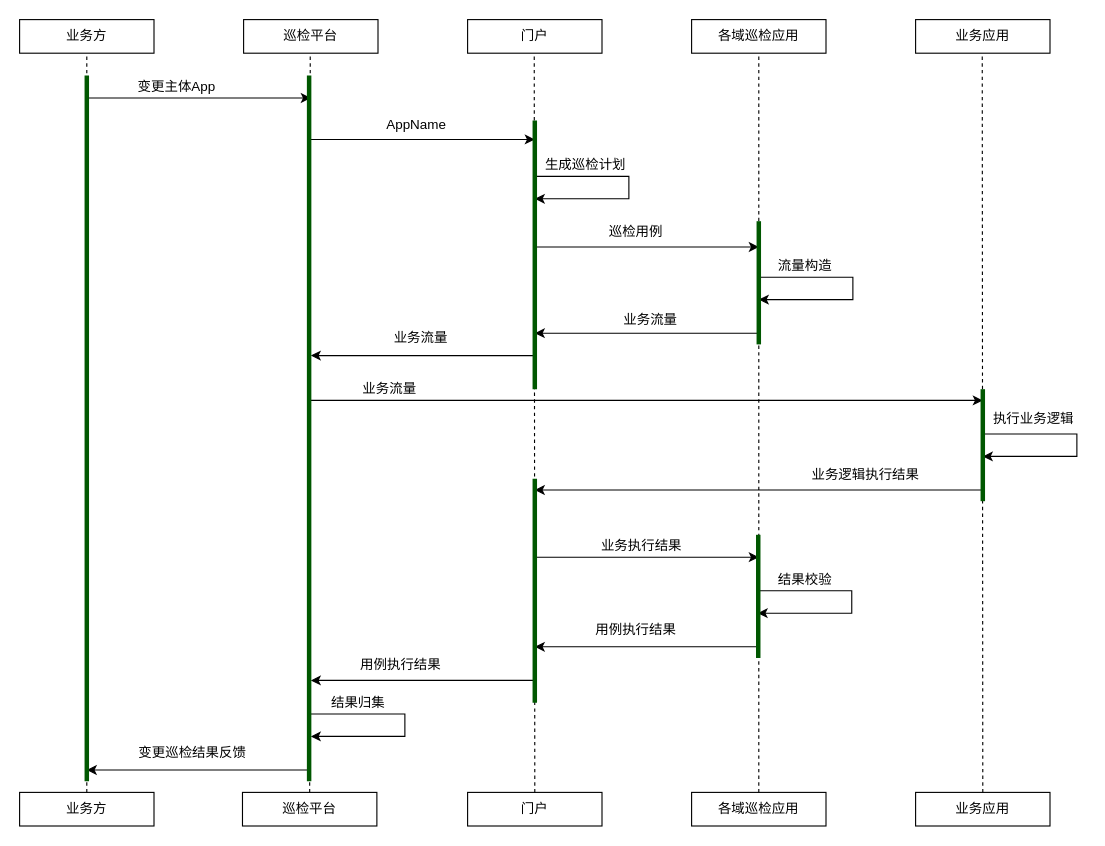
This is Untitled Diagram.drawio from Hello-Ysheng/pangoo, a draw.io file, before an edit. Source tidied: cells renumbered, new cells numbered last; positions are measured from the earlier drawing's top-left corner, leaving out a move shared by most shapes. Both pictures are drawn from the tidied source at 112%, with x=0, y=0 at pixel (19, 19).
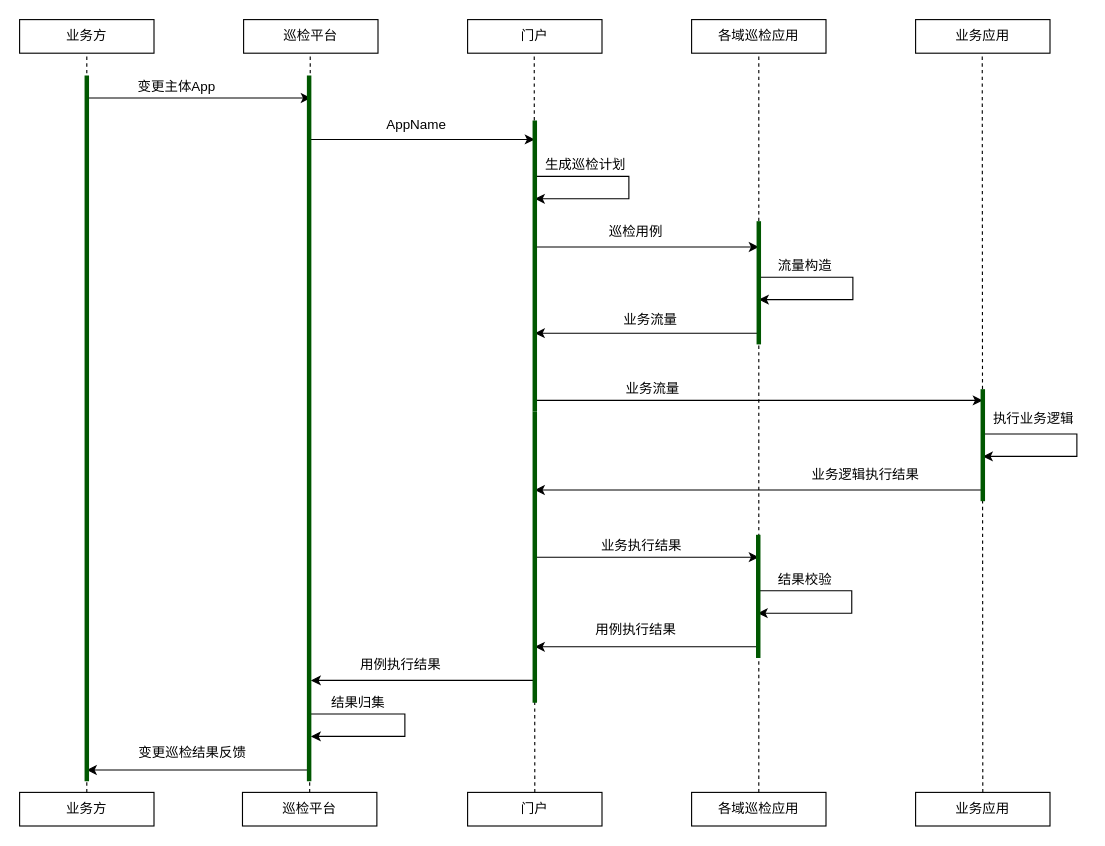
After the change.

The edit, as a diff of the source:
```diff
@@
-    <mxCell id="26" style="endArrow=classic;html=1;rounded=0;" parent="1" edge="1">
-      <mxGeometry relative="1" as="geometry">
-        <mxPoint x="460" y="300" as="sourcePoint" />
-        <mxPoint x="260" y="300" as="targetPoint" />
-      </mxGeometry>
-    </mxCell>
-    <mxCell id="27" value="业务流量" style="text;html=1;align=center;verticalAlign=middle;strokeColor=none;fillColor=none;" parent="1" vertex="1">
-      <mxGeometry x="328" y="274" width="60" height="20" as="geometry" />
-    </mxCell>
@@
     <mxCell id="31" style="endArrow=classic;html=1;rounded=0;" parent="1" edge="1">
       <mxGeometry relative="1" as="geometry">
-        <mxPoint x="260" y="340" as="sourcePoint" />
+        <mxPoint x="460" y="340" as="sourcePoint" />
         <mxPoint x="860" y="340" as="targetPoint" />
       </mxGeometry>
     </mxCell>
     <mxCell id="32" value="业务流量" style="text;html=1;align=center;verticalAlign=middle;strokeColor=none;fillColor=none;" parent="1" vertex="1">
-      <mxGeometry x="300" y="320" width="60" height="20" as="geometry" />
+      <mxGeometry x="535" y="320" width="60" height="20" as="geometry" />
     </mxCell>
@@
     <mxCell id="51" style="endArrow=none;html=1;rounded=0;strokeWidth=4;fillColor=#008a00;strokeColor=#005700;" parent="1" edge="1">
       <mxGeometry relative="1" as="geometry">
-        <mxPoint x="460" y="330" as="sourcePoint" />
+        <mxPoint x="460" y="350" as="sourcePoint" />
         <mxPoint x="460" y="90" as="targetPoint" />
       </mxGeometry>
     </mxCell>
     <mxCell id="52" style="endArrow=none;html=1;rounded=0;strokeWidth=4;fillColor=#008a00;strokeColor=#005700;" parent="1" edge="1">
       <mxGeometry relative="1" as="geometry">
         <mxPoint x="460" y="610" as="sourcePoint" />
-        <mxPoint x="460" y="410" as="targetPoint" />
+        <mxPoint x="460" y="350" as="targetPoint" />
       </mxGeometry>
     </mxCell>
```
